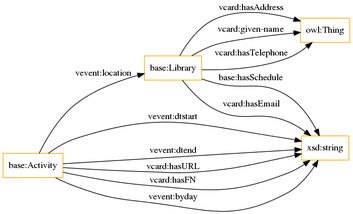
Above: OnToology/ontology/ontology-updated.ttl/diagrams/ar2dtool-class/ontology-updated.ttl.png in LaiKash/Ontology (Graphviz), before the change. Its source is kept beside it as OnToology/ontology/ontology-updated.ttl/diagrams/ar2dtool-class/ontology-updated.ttl.png.dot.
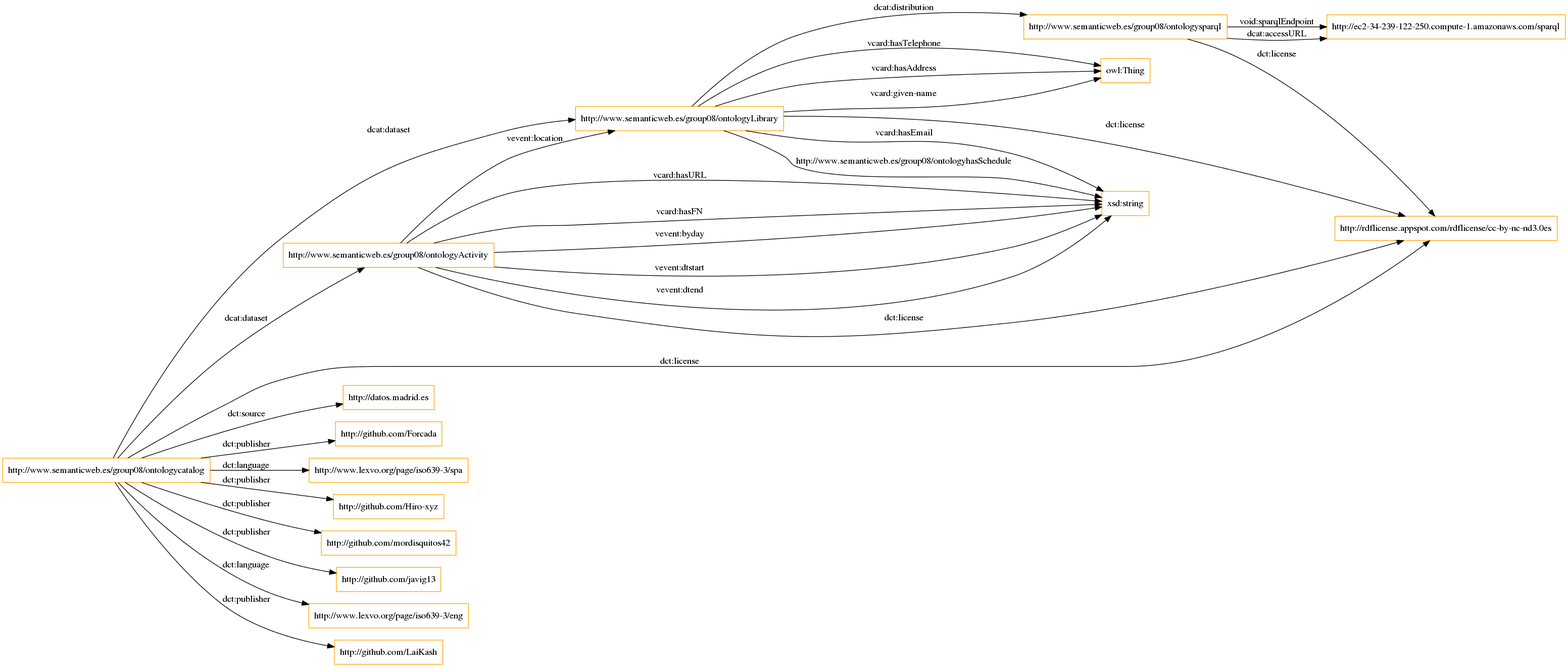
Later version of the same file.

What changed in the source:
```diff
@@ -1,17 +1,34 @@
 digraph ar2dtool_diagram {
 rankdir=LR;
 size="1501"
-node [shape = rectangle, color="orange"]; "base:Library" "base:Activity" ; /*classes style*/
-	"base:Activity" -> "xsd:string" [ label = "vevent:dtstart" ];
-	"base:Library" -> "xsd:string" [ label = "base:hasSchedule" ];
-	"base:Activity" -> "xsd:string" [ label = "vevent:dtend" ];
-	"base:Library" -> "xsd:string" [ label = "vcard:hasEmail" ];
-	"base:Activity" -> "xsd:string" [ label = "vcard:hasURL" ];
-	"base:Library" -> "owl:Thing" [ label = "vcard:hasAddress" ];
-	"base:Activity" -> "xsd:string" [ label = "vcard:hasFN" ];
-	"base:Activity" -> "xsd:string" [ label = "vevent:byday" ];
-	"base:Activity" -> "base:Library" [ label = "vevent:location" ];
-	"base:Library" -> "owl:Thing" [ label = "vcard:given-name" ];
-	"base:Library" -> "owl:Thing" [ label = "vcard:hasTelephone" ];
+node [shape = rectangle, color="orange"]; "http://www.semanticweb.es/group08/ontologyLibrary" "http://www.semanticweb.es/group08/ontologyActivity" ; /*classes style*/
+	"http://www.semanticweb.es/group08/ontologysparql" -> "http://rdflicense.appspot.com/rdflicense/cc-by-nc-nd3.0es" [ label = "dct:license" ];
+	"http://www.semanticweb.es/group08/ontologysparql" -> "http://ec2-34-239-122-250.compute-1.amazonaws.com/sparql" [ label = "dcat:accessURL" ];
+	"http://www.semanticweb.es/group08/ontologysparql" -> "http://ec2-34-239-122-250.compute-1.amazonaws.com/sparql" [ label = "void:sparqlEndpoint" ];
+	"http://www.semanticweb.es/group08/ontologycatalog" -> "http://datos.madrid.es" [ label = "dct:source" ];
+	"http://www.semanticweb.es/group08/ontologycatalog" -> "http://github.com/Forcada" [ label = "dct:publisher" ];
+	"http://www.semanticweb.es/group08/ontologycatalog" -> "http://www.semanticweb.es/group08/ontologyLibrary" [ label = "dcat:dataset" ];
+	"http://www.semanticweb.es/group08/ontologycatalog" -> "http://www.lexvo.org/page/iso639-3/spa" [ label = "dct:language" ];
+	"http://www.semanticweb.es/group08/ontologycatalog" -> "http://github.com/Hiro-xyz" [ label = "dct:publisher" ];
+	"http://www.semanticweb.es/group08/ontologycatalog" -> "http://rdflicense.appspot.com/rdflicense/cc-by-nc-nd3.0es" [ label = "dct:license" ];
+	"http://www.semanticweb.es/group08/ontologycatalog" -> "http://github.com/mordisquitos42" [ label = "dct:publisher" ];
+	"http://www.semanticweb.es/group08/ontologycatalog" -> "http://github.com/javig13" [ label = "dct:publisher" ];
+	"http://www.semanticweb.es/group08/ontologycatalog" -> "http://www.semanticweb.es/group08/ontologyActivity" [ label = "dcat:dataset" ];
+	"http://www.semanticweb.es/group08/ontologycatalog" -> "http://www.lexvo.org/page/iso639-3/eng" [ label = "dct:language" ];
+	"http://www.semanticweb.es/group08/ontologycatalog" -> "http://github.com/LaiKash" [ label = "dct:publisher" ];
+	"http://www.semanticweb.es/group08/ontologyLibrary" -> "http://www.semanticweb.es/group08/ontologysparql" [ label = "dcat:distribution" ];
+	"http://www.semanticweb.es/group08/ontologyLibrary" -> "http://rdflicense.appspot.com/rdflicense/cc-by-nc-nd3.0es" [ label = "dct:license" ];
+	"http://www.semanticweb.es/group08/ontologyActivity" -> "http://rdflicense.appspot.com/rdflicense/cc-by-nc-nd3.0es" [ label = "dct:license" ];
+	"http://www.semanticweb.es/group08/ontologyActivity" -> "xsd:string" [ label = "vevent:dtstart" ];
+	"http://www.semanticweb.es/group08/ontologyActivity" -> "xsd:string" [ label = "vevent:dtend" ];
+	"http://www.semanticweb.es/group08/ontologyLibrary" -> "xsd:string" [ label = "vcard:hasEmail" ];
+	"http://www.semanticweb.es/group08/ontologyActivity" -> "xsd:string" [ label = "vcard:hasURL" ];
+	"http://www.semanticweb.es/group08/ontologyLibrary" -> "owl:Thing" [ label = "vcard:hasAddress" ];
+	"http://www.semanticweb.es/group08/ontologyActivity" -> "xsd:string" [ label = "vcard:hasFN" ];
+	"http://www.semanticweb.es/group08/ontologyActivity" -> "xsd:string" [ label = "vevent:byday" ];
+	"http://www.semanticweb.es/group08/ontologyActivity" -> "http://www.semanticweb.es/group08/ontologyLibrary" [ label = "vevent:location" ];
+	"http://www.semanticweb.es/group08/ontologyLibrary" -> "owl:Thing" [ label = "vcard:given-name" ];
+	"http://www.semanticweb.es/group08/ontologyLibrary" -> "xsd:string" [ label = "http://www.semanticweb.es/group08/ontologyhasSchedule" ];
+	"http://www.semanticweb.es/group08/ontologyLibrary" -> "owl:Thing" [ label = "vcard:hasTelephone" ];
 
 }
```
